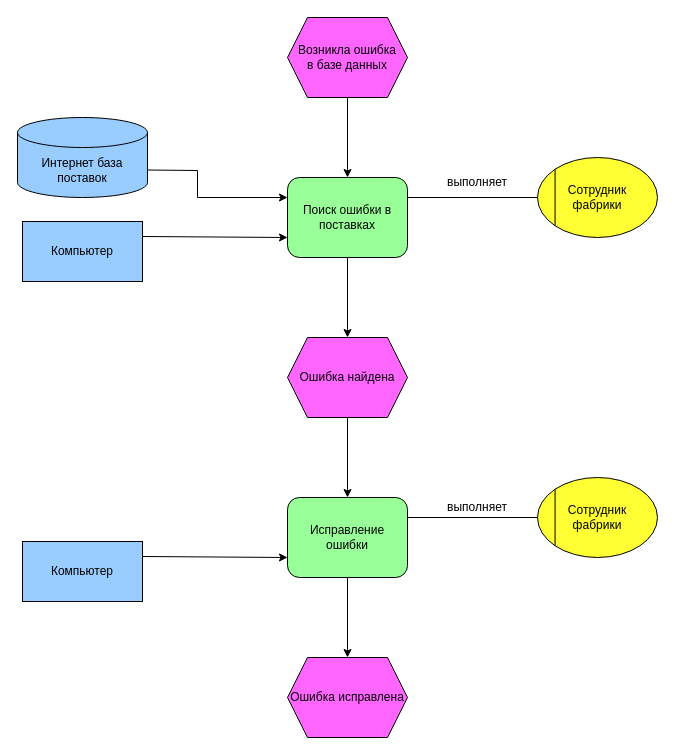
The draw.io diagram Алгоритмическая модель.drawio in marsek4/ssp, before the edit. Source tidied: cells renumbered, new cells numbered last; positions are measured from the earlier drawing's top-left corner, leaving out a move shared by most shapes. Both pictures are drawn from the tidied source at 100%, with x=0, y=0 at pixel (17, 17).
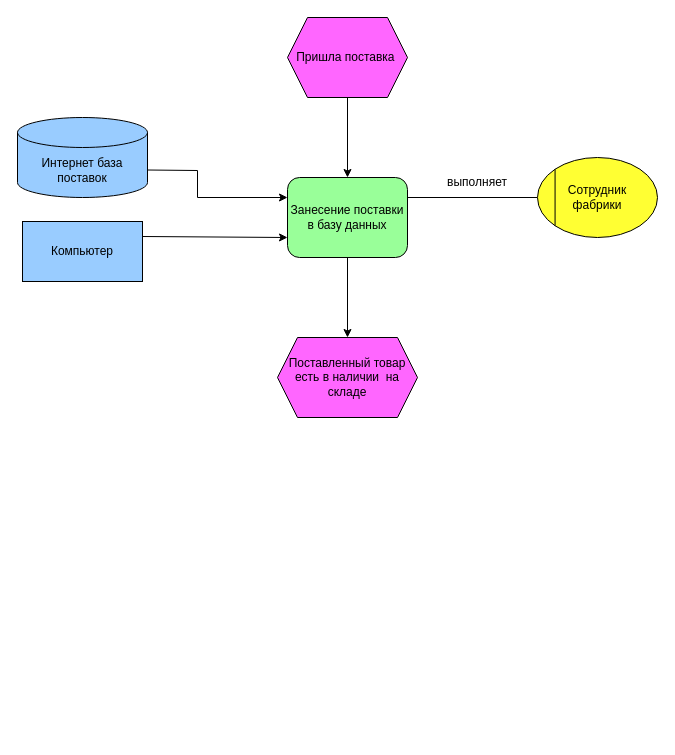
Above is the later version.

What changed in the source:
```diff
@@
-    <mxCell id="2" value="Возникла ошибка&lt;br&gt;в базе данных" style="shape=hexagon;perimeter=hexagonPerimeter2;whiteSpace=wrap;html=1;fixedSize=1;fillColor=#FF66FF;strokeColor=#000000;" parent="1" vertex="1">
+    <mxCell id="2" value="Пришла поставка&amp;nbsp;" style="shape=hexagon;perimeter=hexagonPerimeter2;whiteSpace=wrap;html=1;fixedSize=1;fillColor=#FF66FF;strokeColor=#000000;" parent="1" vertex="1">
       <mxGeometry x="270" width="120" height="80" as="geometry" />
     </mxCell>
@@
-    <mxCell id="4" value="Поиск ошибки в поставках" style="rounded=1;whiteSpace=wrap;html=1;fillColor=#99FF99;" parent="1" vertex="1">
+    <mxCell id="4" value="Занесение поставки в базу данных" style="rounded=1;whiteSpace=wrap;html=1;fillColor=#99FF99;" parent="1" vertex="1">
       <mxGeometry x="270" y="160" width="120" height="80" as="geometry" />
     </mxCell>
@@
-    <mxCell id="13" value="Ошибка найдена" style="shape=hexagon;perimeter=hexagonPerimeter2;whiteSpace=wrap;html=1;fixedSize=1;fillColor=#FF66FF;" parent="1" vertex="1">
-      <mxGeometry x="270" y="320" width="120" height="80" as="geometry" />
+    <mxCell id="13" value="Поставленный товар есть в наличии&amp;nbsp; на складе" style="shape=hexagon;perimeter=hexagonPerimeter2;whiteSpace=wrap;html=1;fixedSize=1;fillColor=#FF66FF;" parent="1" vertex="1">
+      <mxGeometry x="260" y="320" width="140" height="80" as="geometry" />
     </mxCell>
@@
-    <mxCell id="15" value="Исправление ошибки" style="rounded=1;whiteSpace=wrap;html=1;fillColor=#99FF99;" parent="1" vertex="1">
-      <mxGeometry x="270" y="480" width="120" height="80" as="geometry" />
-    </mxCell>
-    <mxCell id="16" style="endArrow=classic;html=1;rounded=0;exitX=0.5;exitY=1;exitDx=0;exitDy=0;entryX=0.5;entryY=0;entryDx=0;entryDy=0;" parent="1" edge="1" source="13" target="15">
-      <mxGeometry relative="1" as="geometry" />
-    </mxCell>
-    <mxCell id="17" style="endArrow=none;html=1;rounded=0;exitX=1;exitY=0.25;exitDx=0;exitDy=0;entryX=0;entryY=0.5;entryDx=0;entryDy=0;" parent="1" edge="1" source="15" target="18">
-      <mxGeometry relative="1" as="geometry" />
-    </mxCell>
-    <mxCell id="18" value="Сотрудник&lt;br&gt;фабрики" style="ellipse;whiteSpace=wrap;html=1;fillColor=#FFFF33;" parent="1" vertex="1">
-      <mxGeometry x="520" y="460" width="120" height="80" as="geometry" />
-    </mxCell>
-    <mxCell id="19" style="endArrow=none;html=1;rounded=0;entryX=0;entryY=0;entryDx=0;entryDy=0;exitX=0;exitY=1;exitDx=0;exitDy=0;" parent="1" edge="1" source="18" target="18">
-      <mxGeometry relative="1" as="geometry" />
-    </mxCell>
-    <mxCell id="20" value="выполняет" style="text;html=1;strokeColor=none;fillColor=none;align=center;verticalAlign=middle;whiteSpace=wrap;rounded=0;" parent="1" vertex="1">
-      <mxGeometry x="430" y="475" width="60" height="30" as="geometry" />
-    </mxCell>
-    <mxCell id="21" value="Ошибка исправлена" style="shape=hexagon;perimeter=hexagonPerimeter2;whiteSpace=wrap;html=1;fixedSize=1;fillColor=#FF66FF;" parent="1" vertex="1">
-      <mxGeometry x="270" y="640" width="120" height="80" as="geometry" />
-    </mxCell>
-    <mxCell id="22" style="endArrow=classic;html=1;rounded=0;exitX=0.5;exitY=1;exitDx=0;exitDy=0;entryX=0.5;entryY=0;entryDx=0;entryDy=0;" parent="1" edge="1" source="15" target="21">
-      <mxGeometry relative="1" as="geometry" />
-    </mxCell>
-    <mxCell id="23" value="Компьютер" style="rounded=0;whiteSpace=wrap;html=1;fillColor=#99CCFF;" parent="1" vertex="1">
-      <mxGeometry x="5" y="524" width="120" height="60" as="geometry" />
-    </mxCell>
-    <mxCell id="24" style="endArrow=classic;html=1;rounded=0;exitX=1;exitY=0.25;exitDx=0;exitDy=0;entryX=0;entryY=0.75;entryDx=0;entryDy=0;" parent="1" edge="1" source="23" target="15">
-      <mxGeometry relative="1" as="geometry" />
-    </mxCell>
```
